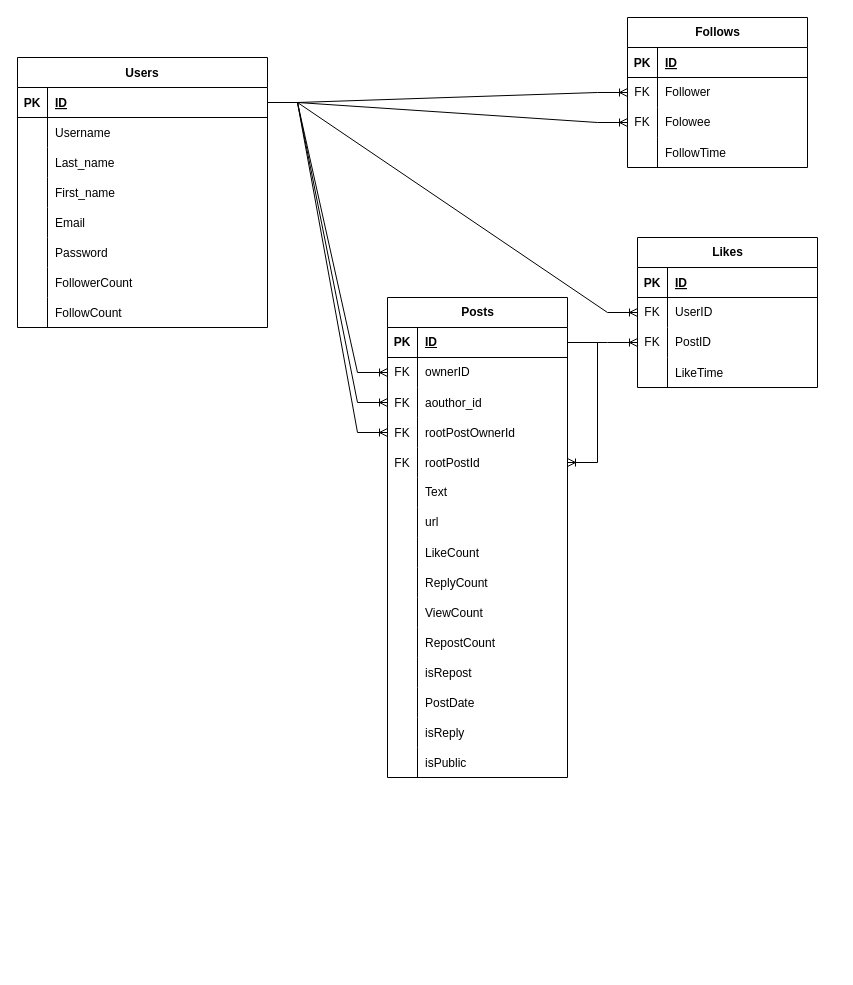
This is Documentation/TwiterDB.drawio from DavidUKr/Twiter, a draw.io file, before an edit. Source tidied: cells renumbered, new cells numbered last; positions are measured from the earlier drawing's top-left corner, leaving out a move shared by most shapes. Both pictures are drawn from the tidied source at 100%, with x=0, y=0 at pixel (17, 17).
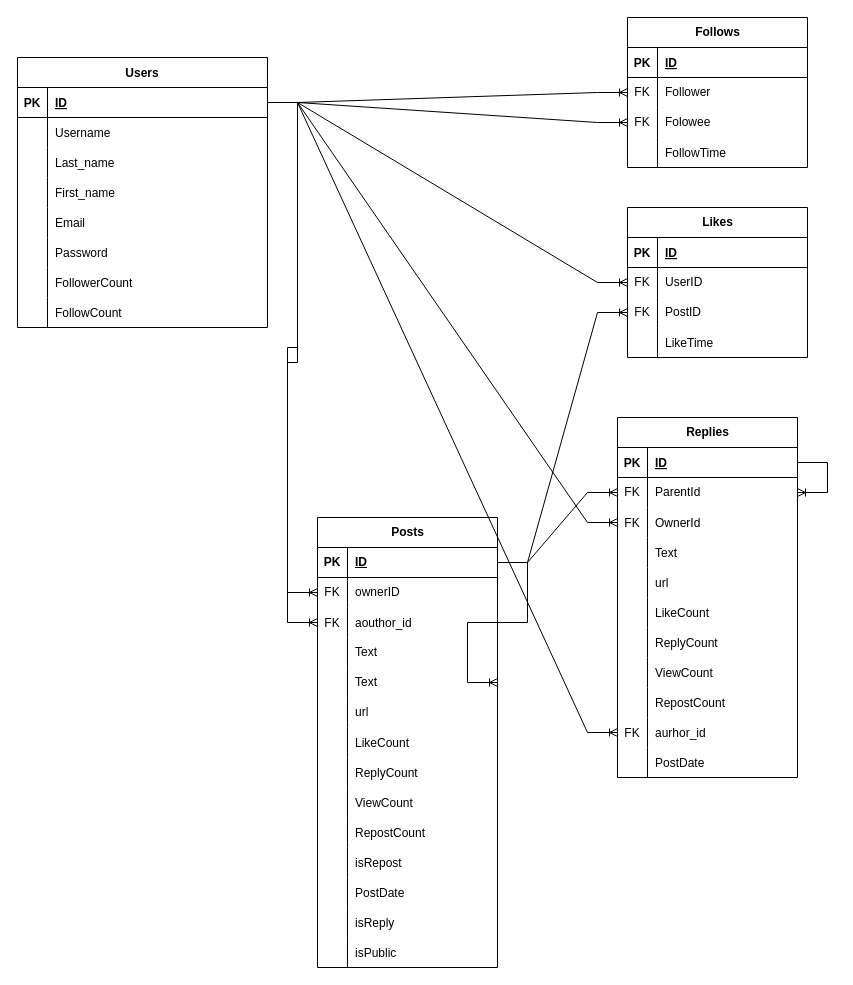
The same diagram, later.

Unchanged cells that the change refers to:
```xml
<mxCell id="3" style="shape=partialRectangle;fillColor=none;points=[[0,0.5],[1,0.5]];portConstraint=eastwest;top=0;left=0;right=0;bottom=1;" parent="2" vertex="1">
  <mxGeometry y="30" width="250" height="30" as="geometry" />
</mxCell>
<mxCell id="27" value="Follows" style="shape=table;startSize=30;childLayout=tableLayout;rowLines=0;fontStyle=1;align=center;html=1;" parent="1" vertex="1">
  <mxGeometry x="610" width="180" height="150" as="geometry" />
</mxCell>
<mxCell id="43" style="shape=tableRow;horizontal=0;startSize=0;swimlaneHead=0;swimlaneBody=0;fillColor=none;points=[[0,0.5],[1,0.5]];portConstraint=eastwest;top=0;left=0;right=0;bottom=1;" parent="42" vertex="1">
  <mxGeometry y="30" width="180" height="30" as="geometry" />
</mxCell>
```

The edit, as a diff of the source:
```diff
@@
-    <mxCell id="37" style="shape=tableRow;horizontal=0;startSize=0;swimlaneHead=0;swimlaneBody=0;fillColor=none;top=0;left=0;right=0;bottom=0;" parent="27" vertex="1">
-      <mxGeometry y="120" width="180" height="30" as="geometry" />
-    </mxCell>
-    <mxCell id="38" style="shape=partialRectangle;fillColor=none;top=0;left=0;bottom=0;right=0;overflow=hidden;" parent="37" vertex="1">
-      <mxGeometry width="30" height="30" as="geometry" />
-    </mxCell>
+    <mxCell id="107" style="shape=tableRow;horizontal=0;startSize=0;swimlaneHead=0;swimlaneBody=0;fillColor=none;top=0;left=0;right=0;bottom=0;" parent="27" vertex="1">
+      <mxGeometry y="120" width="180" height="30" as="geometry" />
+    </mxCell>
+    <mxCell id="108" style="shape=partialRectangle;fillColor=none;top=0;left=0;bottom=0;right=0;overflow=hidden;" parent="107" vertex="1">
+      <mxGeometry width="30" height="30" as="geometry" />
+    </mxCell>
-    <mxCell id="39" value="FollowTime" style="shape=partialRectangle;fillColor=none;top=0;left=0;bottom=0;right=0;align=left;spacingLeft=6;overflow=hidden;" parent="37" vertex="1">
+    <mxCell id="39" value="FollowTime" style="shape=partialRectangle;fillColor=none;top=0;left=0;bottom=0;right=0;align=left;spacingLeft=6;overflow=hidden;" parent="107" vertex="1">
       <mxGeometry x="30" width="150" height="30" as="geometry" />
     </mxCell>
@@
     <mxCell id="42" value="Posts" style="shape=table;startSize=30;childLayout=tableLayout;rowLines=0;fontStyle=1;align=center;html=1;" parent="1" vertex="1">
-      <mxGeometry x="370" y="280" width="180" height="480" as="geometry" />
+      <mxGeometry x="300" y="500" width="180" height="450" as="geometry" />
     </mxCell>
@@
-    <mxCell id="52" style="shape=tableRow;horizontal=0;startSize=0;swimlaneHead=0;swimlaneBody=0;fillColor=none;points=[[0,0.5],[1,0.5]];portConstraint=eastwest;top=0;left=0;right=0;bottom=0;" parent="42" vertex="1">
-      <mxGeometry y="120" width="180" height="30" as="geometry" />
-    </mxCell>
-    <mxCell id="53" value="FK" style="shape=partialRectangle;fillColor=none;top=0;left=0;bottom=0;right=0;fontStyle=0;overflow=hidden;" parent="52" vertex="1">
-      <mxGeometry width="30" height="30" as="geometry" />
-    </mxCell>
-    <mxCell id="54" value="rootPostOwnerId" style="shape=partialRectangle;fillColor=none;top=0;left=0;bottom=0;right=0;align=left;spacingLeft=6;fontStyle=0;overflow=hidden;" parent="52" vertex="1">
-      <mxGeometry x="30" width="150" height="30" as="geometry" />
-    </mxCell>
-    <mxCell id="55" style="shape=tableRow;horizontal=0;startSize=0;swimlaneHead=0;swimlaneBody=0;fillColor=none;points=[[0,0.5],[1,0.5]];portConstraint=eastwest;top=0;left=0;right=0;bottom=0;" parent="42" vertex="1">
-      <mxGeometry y="150" width="180" height="30" as="geometry" />
-    </mxCell>
-    <mxCell id="56" value="FK" style="shape=partialRectangle;fillColor=none;top=0;left=0;bottom=0;right=0;fontStyle=0;overflow=hidden;" parent="55" vertex="1">
-      <mxGeometry width="30" height="30" as="geometry" />
-    </mxCell>
-    <mxCell id="57" value="rootPostId" style="shape=partialRectangle;fillColor=none;top=0;left=0;bottom=0;right=0;align=left;spacingLeft=6;fontStyle=0;overflow=hidden;" parent="55" vertex="1">
-      <mxGeometry x="30" width="150" height="30" as="geometry" />
-    </mxCell>
+    <mxCell id="109" style="shape=tableRow;horizontal=0;startSize=0;swimlaneHead=0;swimlaneBody=0;fillColor=none;top=0;left=0;right=0;bottom=0;" parent="42" vertex="1">
+      <mxGeometry y="120" width="180" height="30" as="geometry" />
+    </mxCell>
+    <mxCell id="110" style="shape=partialRectangle;fillColor=none;top=0;left=0;bottom=0;right=0;overflow=hidden;whiteSpace=wrap;html=1;" parent="109" vertex="1">
+      <mxGeometry width="30" height="30" as="geometry" />
+    </mxCell>
+    <mxCell id="111" value="Text" style="shape=partialRectangle;fillColor=none;top=0;left=0;bottom=0;right=0;align=left;spacingLeft=6;overflow=hidden;whiteSpace=wrap;html=1;" parent="109" vertex="1">
+      <mxGeometry x="30" width="150" height="30" as="geometry" />
+    </mxCell>
     <mxCell id="58" style="shape=tableRow;horizontal=0;startSize=0;swimlaneHead=0;swimlaneBody=0;fillColor=none;top=0;left=0;right=0;bottom=0;" parent="42" vertex="1">
-      <mxGeometry y="180" width="180" height="30" as="geometry" />
+      <mxGeometry y="150" width="180" height="30" as="geometry" />
     </mxCell>
@@
     <mxCell id="61" style="shape=tableRow;horizontal=0;startSize=0;swimlaneHead=0;swimlaneBody=0;fillColor=none;top=0;left=0;right=0;bottom=0;" parent="42" vertex="1">
-      <mxGeometry y="210" width="180" height="30" as="geometry" />
+      <mxGeometry y="180" width="180" height="30" as="geometry" />
     </mxCell>
@@
     <mxCell id="64" style="shape=tableRow;horizontal=0;startSize=0;swimlaneHead=0;swimlaneBody=0;fillColor=none;top=0;left=0;right=0;bottom=0;" parent="42" vertex="1">
-      <mxGeometry y="240" width="180" height="30" as="geometry" />
+      <mxGeometry y="210" width="180" height="30" as="geometry" />
     </mxCell>
@@
     <mxCell id="67" style="shape=tableRow;horizontal=0;startSize=0;swimlaneHead=0;swimlaneBody=0;fillColor=none;top=0;left=0;right=0;bottom=0;" parent="42" vertex="1">
-      <mxGeometry y="270" width="180" height="30" as="geometry" />
+      <mxGeometry y="240" width="180" height="30" as="geometry" />
     </mxCell>
@@
     <mxCell id="70" style="shape=tableRow;horizontal=0;startSize=0;swimlaneHead=0;swimlaneBody=0;fillColor=none;top=0;left=0;right=0;bottom=0;" parent="42" vertex="1">
-      <mxGeometry y="300" width="180" height="30" as="geometry" />
+      <mxGeometry y="270" width="180" height="30" as="geometry" />
     </mxCell>
@@
     <mxCell id="73" style="shape=tableRow;horizontal=0;startSize=0;swimlaneHead=0;swimlaneBody=0;fillColor=none;top=0;left=0;right=0;bottom=0;" parent="42" vertex="1">
-      <mxGeometry y="330" width="180" height="30" as="geometry" />
+      <mxGeometry y="300" width="180" height="30" as="geometry" />
     </mxCell>
@@
     <mxCell id="76" style="shape=tableRow;horizontal=0;startSize=0;swimlaneHead=0;swimlaneBody=0;fillColor=none;top=0;left=0;right=0;bottom=0;" parent="42" vertex="1">
-      <mxGeometry y="360" width="180" height="30" as="geometry" />
+      <mxGeometry y="330" width="180" height="30" as="geometry" />
     </mxCell>
@@
     <mxCell id="79" style="shape=tableRow;horizontal=0;startSize=0;swimlaneHead=0;swimlaneBody=0;fillColor=none;top=0;left=0;right=0;bottom=0;" parent="42" vertex="1">
-      <mxGeometry y="390" width="180" height="30" as="geometry" />
+      <mxGeometry y="360" width="180" height="30" as="geometry" />
     </mxCell>
@@
     <mxCell id="82" style="shape=tableRow;horizontal=0;startSize=0;swimlaneHead=0;swimlaneBody=0;fillColor=none;top=0;left=0;right=0;bottom=0;" parent="42" vertex="1">
-      <mxGeometry y="420" width="180" height="30" as="geometry" />
+      <mxGeometry y="390" width="180" height="30" as="geometry" />
     </mxCell>
@@
-    <mxCell id="85" style="edgeStyle=entityRelationEdgeStyle;fontSize=12;html=1;endArrow=ERoneToMany;rounded=0;entryX=1;entryY=0.5;entryDx=0;entryDy=0;exitX=1;exitY=0.5;exitDx=0;exitDy=0;" parent="42" edge="1" source="43" target="55">
-      <mxGeometry relative="1" as="geometry" />
+    <mxCell id="85" style="edgeStyle=entityRelationEdgeStyle;fontSize=12;html=1;endArrow=ERoneToMany;rounded=0;entryX=1;entryY=0.5;entryDx=0;entryDy=0;exitX=1;exitY=0.5;exitDx=0;exitDy=0;" parent="42" edge="1" source="43">
+      <mxGeometry relative="1" as="geometry">
+        <mxPoint x="180" y="165" as="targetPoint" />
+      </mxGeometry>
     </mxCell>
     <mxCell id="86" style="shape=tableRow;horizontal=0;startSize=0;swimlaneHead=0;swimlaneBody=0;fillColor=none;top=0;left=0;right=0;bottom=0;" parent="42" vertex="1">
-      <mxGeometry y="450" width="180" height="30" as="geometry" />
+      <mxGeometry y="420" width="180" height="30" as="geometry" />
     </mxCell>
@@
+    <mxCell id="112" value="Replies" style="shape=table;startSize=30;childLayout=tableLayout;rowLines=0;fontStyle=1;align=center;html=1;" parent="1" vertex="1">
+      <mxGeometry x="600" y="400" width="180" height="360" as="geometry" />
+    </mxCell>
+    <mxCell id="113" style="shape=tableRow;horizontal=0;startSize=0;swimlaneHead=0;swimlaneBody=0;fillColor=none;points=[[0,0.5],[1,0.5]];portConstraint=eastwest;top=0;left=0;right=0;bottom=1;" parent="112" vertex="1">
+      <mxGeometry y="30" width="180" height="30" as="geometry" />
+    </mxCell>
+    <mxCell id="114" value="PK" style="shape=partialRectangle;fillColor=none;top=0;left=0;bottom=0;right=0;fontStyle=1;overflow=hidden;" parent="113" vertex="1">
+      <mxGeometry width="30" height="30" as="geometry" />
+    </mxCell>
+    <mxCell id="115" value="ID" style="shape=partialRectangle;fillColor=none;top=0;left=0;bottom=0;right=0;align=left;spacingLeft=6;fontStyle=5;overflow=hidden;" parent="113" vertex="1">
+      <mxGeometry x="30" width="150" height="30" as="geometry" />
+    </mxCell>
+    <mxCell id="116" style="shape=tableRow;horizontal=0;startSize=0;swimlaneHead=0;swimlaneBody=0;fillColor=none;points=[[0,0.5],[1,0.5]];portConstraint=eastwest;top=0;left=0;right=0;bottom=0;" parent="112" vertex="1">
+      <mxGeometry y="60" width="180" height="30" as="geometry" />
+    </mxCell>
+    <mxCell id="117" value="FK" style="shape=partialRectangle;fillColor=none;top=0;left=0;bottom=0;right=0;fontStyle=0;overflow=hidden;whiteSpace=wrap;html=1;" parent="116" vertex="1">
+      <mxGeometry width="30" height="30" as="geometry" />
+    </mxCell>
+    <mxCell id="118" value="ParentId" style="shape=partialRectangle;fillColor=none;top=0;left=0;bottom=0;right=0;align=left;spacingLeft=6;fontStyle=0;overflow=hidden;whiteSpace=wrap;html=1;" parent="116" vertex="1">
+      <mxGeometry x="30" width="150" height="30" as="geometry" />
+    </mxCell>
+    <mxCell id="119" style="shape=tableRow;horizontal=0;startSize=0;swimlaneHead=0;swimlaneBody=0;fillColor=none;points=[[0,0.5],[1,0.5]];portConstraint=eastwest;top=0;left=0;right=0;bottom=0;" parent="112" vertex="1">
+      <mxGeometry y="90" width="180" height="30" as="geometry" />
+    </mxCell>
+    <mxCell id="120" value="FK" style="shape=partialRectangle;fillColor=none;top=0;left=0;bottom=0;right=0;overflow=hidden;" parent="119" vertex="1">
+      <mxGeometry width="30" height="30" as="geometry" />
+    </mxCell>
+    <mxCell id="121" value="OwnerId" style="shape=partialRectangle;fillColor=none;top=0;left=0;bottom=0;right=0;align=left;spacingLeft=6;overflow=hidden;" parent="119" vertex="1">
+      <mxGeometry x="30" width="150" height="30" as="geometry" />
+    </mxCell>
+    <mxCell id="122" style="shape=tableRow;horizontal=0;startSize=0;swimlaneHead=0;swimlaneBody=0;fillColor=none;top=0;left=0;right=0;bottom=0;" parent="112" vertex="1">
+      <mxGeometry y="120" width="180" height="30" as="geometry" />
+    </mxCell>
+    <mxCell id="123" style="shape=partialRectangle;fillColor=none;top=0;left=0;bottom=0;right=0;overflow=hidden;" parent="122" vertex="1">
+      <mxGeometry width="30" height="30" as="geometry" />
+    </mxCell>
+    <mxCell id="124" value="Text" style="shape=partialRectangle;fillColor=none;top=0;left=0;bottom=0;right=0;align=left;spacingLeft=6;overflow=hidden;" parent="122" vertex="1">
+      <mxGeometry x="30" width="150" height="30" as="geometry" />
+    </mxCell>
+    <mxCell id="55" style="shape=tableRow;horizontal=0;startSize=0;swimlaneHead=0;swimlaneBody=0;fillColor=none;points=[[0,0.5],[1,0.5]];portConstraint=eastwest;top=0;left=0;right=0;bottom=0;" parent="112" vertex="1">
+      <mxGeometry y="150" width="180" height="30" as="geometry" />
+    </mxCell>
+    <mxCell id="125" style="shape=partialRectangle;fillColor=none;top=0;left=0;bottom=0;right=0;overflow=hidden;" parent="55" vertex="1">
+      <mxGeometry width="30" height="30" as="geometry" />
+    </mxCell>
+    <mxCell id="126" value="url" style="shape=partialRectangle;fillColor=none;top=0;left=0;bottom=0;right=0;align=left;spacingLeft=6;overflow=hidden;" parent="55" vertex="1">
+      <mxGeometry x="30" width="150" height="30" as="geometry" />
+    </mxCell>
+    <mxCell id="127" style="shape=tableRow;horizontal=0;startSize=0;swimlaneHead=0;swimlaneBody=0;fillColor=none;top=0;left=0;right=0;bottom=0;" parent="112" vertex="1">
+      <mxGeometry y="180" width="180" height="30" as="geometry" />
+    </mxCell>
+    <mxCell id="128" style="shape=partialRectangle;fillColor=none;top=0;left=0;bottom=0;right=0;overflow=hidden;" parent="127" vertex="1">
+      <mxGeometry width="30" height="30" as="geometry" />
+    </mxCell>
+    <mxCell id="129" value="LikeCount" style="shape=partialRectangle;fillColor=none;top=0;left=0;bottom=0;right=0;align=left;spacingLeft=6;overflow=hidden;" parent="127" vertex="1">
+      <mxGeometry x="30" width="150" height="30" as="geometry" />
+    </mxCell>
+    <mxCell id="130" style="shape=tableRow;horizontal=0;startSize=0;swimlaneHead=0;swimlaneBody=0;fillColor=none;top=0;left=0;right=0;bottom=0;" parent="112" vertex="1">
+      <mxGeometry y="210" width="180" height="30" as="geometry" />
+    </mxCell>
+    <mxCell id="131" style="shape=partialRectangle;fillColor=none;top=0;left=0;bottom=0;right=0;overflow=hidden;" parent="130" vertex="1">
+      <mxGeometry width="30" height="30" as="geometry" />
+    </mxCell>
+    <mxCell id="132" value="ReplyCount" style="shape=partialRectangle;fillColor=none;top=0;left=0;bottom=0;right=0;align=left;spacingLeft=6;overflow=hidden;" parent="130" vertex="1">
+      <mxGeometry x="30" width="150" height="30" as="geometry" />
+    </mxCell>
+    <mxCell id="133" style="shape=tableRow;horizontal=0;startSize=0;swimlaneHead=0;swimlaneBody=0;fillColor=none;top=0;left=0;right=0;bottom=0;" parent="112" vertex="1">
+      <mxGeometry y="240" width="180" height="30" as="geometry" />
+    </mxCell>
+    <mxCell id="134" style="shape=partialRectangle;fillColor=none;top=0;left=0;bottom=0;right=0;overflow=hidden;" parent="133" vertex="1">
+      <mxGeometry width="30" height="30" as="geometry" />
+    </mxCell>
+    <mxCell id="135" value="ViewCount" style="shape=partialRectangle;fillColor=none;top=0;left=0;bottom=0;right=0;align=left;spacingLeft=6;overflow=hidden;" parent="133" vertex="1">
+      <mxGeometry x="30" width="150" height="30" as="geometry" />
+    </mxCell>
+    <mxCell id="136" style="edgeStyle=entityRelationEdgeStyle;fontSize=12;html=1;endArrow=ERoneToMany;rounded=0;entryX=1;entryY=0.5;entryDx=0;entryDy=0;" parent="112" edge="1" source="113" target="116">
+      <mxGeometry relative="1" as="geometry" />
+    </mxCell>
+    <mxCell id="137" style="shape=tableRow;horizontal=0;startSize=0;swimlaneHead=0;swimlaneBody=0;fillColor=none;top=0;left=0;right=0;bottom=0;" parent="112" vertex="1">
+      <mxGeometry y="270" width="180" height="30" as="geometry" />
+    </mxCell>
+    <mxCell id="138" style="shape=partialRectangle;fillColor=none;top=0;left=0;bottom=0;right=0;overflow=hidden;" parent="137" vertex="1">
+      <mxGeometry width="30" height="30" as="geometry" />
+    </mxCell>
+    <mxCell id="139" value="RepostCount" style="shape=partialRectangle;fillColor=none;top=0;left=0;bottom=0;right=0;align=left;spacingLeft=6;overflow=hidden;" parent="137" vertex="1">
+      <mxGeometry x="30" width="150" height="30" as="geometry" />
+    </mxCell>
+    <mxCell id="140" style="shape=tableRow;horizontal=0;startSize=0;swimlaneHead=0;swimlaneBody=0;fillColor=none;points=[[0,0.5],[1,0.5]];portConstraint=eastwest;top=0;left=0;right=0;bottom=0;" parent="112" vertex="1">
+      <mxGeometry y="300" width="180" height="30" as="geometry" />
+    </mxCell>
+    <mxCell id="141" value="FK" style="shape=partialRectangle;fillColor=none;top=0;left=0;bottom=0;right=0;overflow=hidden;" parent="140" vertex="1">
+      <mxGeometry width="30" height="30" as="geometry" />
+    </mxCell>
+    <mxCell id="142" value="aurhor_id" style="shape=partialRectangle;fillColor=none;top=0;left=0;bottom=0;right=0;align=left;spacingLeft=6;overflow=hidden;" parent="140" vertex="1">
+      <mxGeometry x="30" width="150" height="30" as="geometry" />
+    </mxCell>
+    <mxCell id="143" style="shape=tableRow;horizontal=0;startSize=0;swimlaneHead=0;swimlaneBody=0;fillColor=none;top=0;left=0;right=0;bottom=0;" parent="112" vertex="1">
+      <mxGeometry y="330" width="180" height="30" as="geometry" />
+    </mxCell>
+    <mxCell id="144" style="shape=partialRectangle;fillColor=none;top=0;left=0;bottom=0;right=0;overflow=hidden;" parent="143" vertex="1">
+      <mxGeometry width="30" height="30" as="geometry" />
+    </mxCell>
+    <mxCell id="145" value="PostDate" style="shape=partialRectangle;fillColor=none;top=0;left=0;bottom=0;right=0;align=left;spacingLeft=6;overflow=hidden;" parent="143" vertex="1">
+      <mxGeometry x="30" width="150" height="30" as="geometry" />
+    </mxCell>
+    <mxCell id="146" style="edgeStyle=entityRelationEdgeStyle;fontSize=12;html=1;endArrow=ERoneToMany;rounded=0;entryX=0;entryY=0.5;entryDx=0;entryDy=0;" parent="1" edge="1" source="43" target="116">
+      <mxGeometry relative="1" as="geometry" />
+    </mxCell>
     <mxCell id="90" value="Likes" style="shape=table;startSize=30;childLayout=tableLayout;rowLines=0;fontStyle=1;align=center;html=1;" parent="1" vertex="1">
-      <mxGeometry x="620" y="220" width="180" height="150" as="geometry" />
+      <mxGeometry x="610" y="190" width="180" height="150" as="geometry" />
     </mxCell>
@@
+    <mxCell id="147" style="edgeStyle=entityRelationEdgeStyle;fontSize=12;html=1;endArrow=ERoneToMany;rounded=0;entryX=0;entryY=0.5;entryDx=0;entryDy=0;exitX=1;exitY=0.5;exitDx=0;exitDy=0;" parent="1" edge="1" source="3" target="119">
+      <mxGeometry relative="1" as="geometry" />
+    </mxCell>
@@
-    <mxCell id="106" style="edgeStyle=entityRelationEdgeStyle;fontSize=12;html=1;endArrow=ERoneToMany;rounded=0;entryX=0;entryY=0.5;entryDx=0;entryDy=0;exitX=1;exitY=0.5;exitDx=0;exitDy=0;" parent="1" edge="1" source="3" target="52">
-      <mxGeometry relative="1" as="geometry" />
-    </mxCell>
+    <mxCell id="148" style="edgeStyle=entityRelationEdgeStyle;fontSize=12;html=1;endArrow=ERoneToMany;rounded=0;entryX=0;entryY=0.5;entryDx=0;entryDy=0;" parent="1" edge="1" source="3" target="140">
+      <mxGeometry relative="1" as="geometry" />
+    </mxCell>
```
